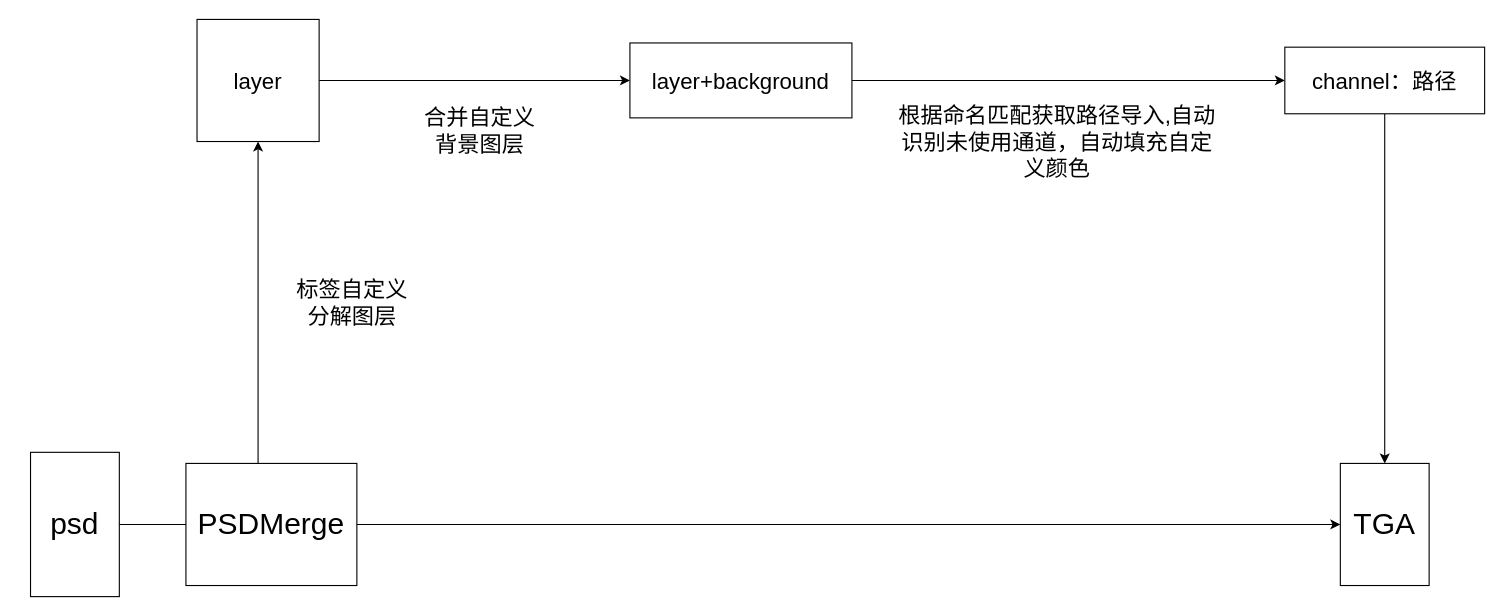
fxcfxcfxc/PSDMerge keeps this draw.io diagram as readme-image/Untitled Diagram.drawio. Above is the earlier version. Source tidied: cells renumbered, new cells numbered last; positions are measured from the earlier drawing's top-left corner, leaving out a move shared by most shapes. Both pictures are drawn from the tidied source at 111%, with x=0, y=0 at pixel (30, 19).
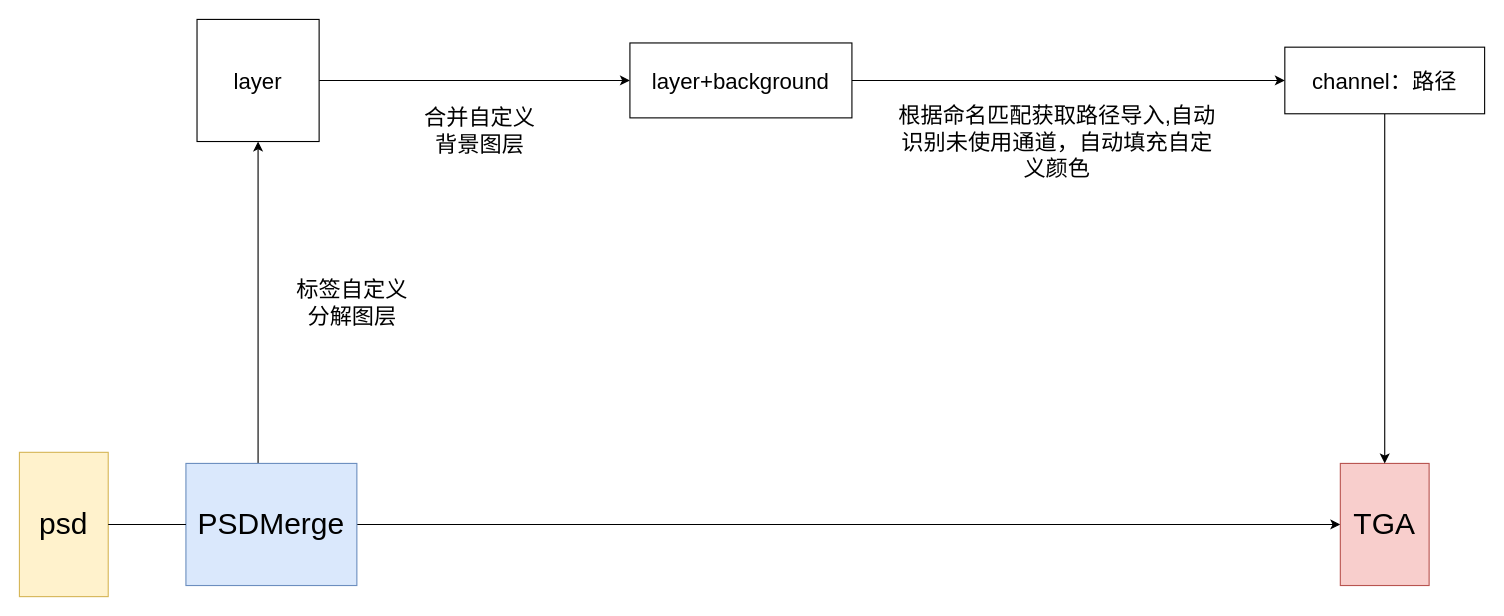
Above is the later version.

The edit, as a diff of the source:
```diff
@@
 <mxGraphModel>
   <root>
     <mxCell id="0" />
     <mxCell id="1" parent="0" />
     <mxCell id="2" style="edgeStyle=orthogonalEdgeStyle;rounded=0;jettySize=auto;html=1;fontSize=27;entryX=0;entryY=0.5;entryDx=0;entryDy=0;startArrow=none;" parent="1" edge="1" source="6" target="5">
       <mxGeometry relative="1" as="geometry" />
     </mxCell>
     <mxCell id="3" style="edgeStyle=orthogonalEdgeStyle;rounded=0;jettySize=auto;html=1;fontSize=20;" parent="1" edge="1" source="4" target="9">
       <mxGeometry relative="1" as="geometry" />
     </mxCell>
-    <mxCell id="4" value="psd" style="rounded=0;whiteSpace=wrap;html=1;fontSize=27;" parent="1" vertex="1">
-      <mxGeometry y="390" width="80" height="130" as="geometry" />
+    <mxCell id="4" value="psd" style="rounded=0;whiteSpace=wrap;html=1;fontSize=27;fillColor=#fff2cc;strokeColor=#d6b656;" parent="1" vertex="1">
+      <mxGeometry x="-10" y="390" width="80" height="130" as="geometry" />
     </mxCell>
-    <mxCell id="5" value="TGA" style="rounded=0;whiteSpace=wrap;html=1;fontSize=27;" parent="1" vertex="1">
+    <mxCell id="5" value="TGA" style="rounded=0;whiteSpace=wrap;html=1;fontSize=27;fillColor=#f8cecc;strokeColor=#b85450;" parent="1" vertex="1">
       <mxGeometry x="1180" y="400" width="80" height="110" as="geometry" />
     </mxCell>
-    <mxCell id="6" value="PSDMerge&lt;br&gt;" style="rounded=0;whiteSpace=wrap;html=1;fontSize=27;" parent="1" vertex="1">
+    <mxCell id="6" value="PSDMerge&lt;br&gt;" style="rounded=0;whiteSpace=wrap;html=1;fontSize=27;fillColor=#dae8fc;strokeColor=#6c8ebf;" parent="1" vertex="1">
       <mxGeometry x="140" y="400" width="154" height="110" as="geometry" />
     </mxCell>
     <mxCell id="7" style="edgeStyle=orthogonalEdgeStyle;rounded=0;jettySize=auto;html=1;fontSize=27;entryX=0;entryY=0.5;entryDx=0;entryDy=0;endArrow=none;" parent="1" edge="1" source="4" target="6">
       <mxGeometry relative="1" as="geometry" />
     </mxCell>
     <mxCell id="8" style="edgeStyle=orthogonalEdgeStyle;rounded=0;jettySize=auto;html=1;exitX=1;exitY=0.5;exitDx=0;exitDy=0;fontSize=20;" parent="1" edge="1" source="9" target="14">
       <mxGeometry relative="1" as="geometry" />
     </mxCell>
     <mxCell id="9" value="layer&lt;br style=&quot;font-size: 20px&quot;&gt;" style="whiteSpace=wrap;html=1;fontSize=20;" parent="1" vertex="1">
       <mxGeometry x="150" width="110" height="110" as="geometry" />
     </mxCell>
     <mxCell id="10" value="合并自定义背景图层" style="text;html=1;strokeColor=none;fillColor=none;align=center;verticalAlign=middle;whiteSpace=wrap;rounded=0;fontSize=20;" parent="1" vertex="1">
       <mxGeometry x="350" y="50" width="110" height="100" as="geometry" />
     </mxCell>
     <mxCell id="11" style="edgeStyle=orthogonalEdgeStyle;rounded=0;jettySize=auto;html=1;fontSize=20;" parent="1" edge="1" source="12" target="5">
       <mxGeometry relative="1" as="geometry" />
     </mxCell>
     <mxCell id="12" value="channel：路径" style="rounded=0;whiteSpace=wrap;html=1;fontSize=20;" parent="1" vertex="1">
       <mxGeometry x="1130" y="25" width="180" height="60" as="geometry" />
     </mxCell>
     <mxCell id="13" style="edgeStyle=orthogonalEdgeStyle;rounded=0;jettySize=auto;html=1;fontSize=20;" parent="1" edge="1" source="14" target="12">
       <mxGeometry relative="1" as="geometry" />
     </mxCell>
     <mxCell id="14" value="layer+background&lt;br&gt;" style="rounded=0;whiteSpace=wrap;html=1;fontSize=20;" parent="1" vertex="1">
       <mxGeometry x="540" y="21.2" width="200" height="67.5" as="geometry" />
     </mxCell>
     <mxCell id="15" value="根据命名匹配获取路径导入,自动识别未使用通道，自动填充自定义颜色" style="text;html=1;strokeColor=none;fillColor=none;align=center;verticalAlign=middle;whiteSpace=wrap;rounded=0;fontSize=20;" parent="1" vertex="1">
       <mxGeometry x="780" y="100" width="290" height="20" as="geometry" />
     </mxCell>
     <mxCell id="16" value="标签自定义分解图层" style="text;html=1;strokeColor=none;fillColor=none;align=center;verticalAlign=middle;whiteSpace=wrap;rounded=0;fontSize=20;" parent="1" vertex="1">
       <mxGeometry x="230" y="240" width="120" height="30" as="geometry" />
     </mxCell>
   </root>
 </mxGraphModel>
```
